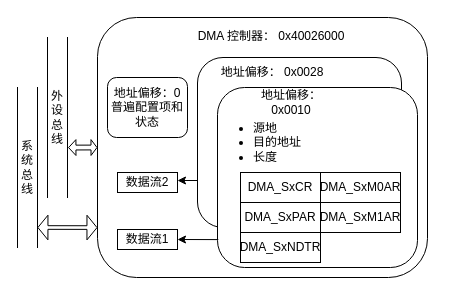
Earlier version of the draw.io diagram page "Page-1" (1 of 2) of DrawIO/BSThesis-DMA.drawio (dingiso/TEST_For_Everything). Source tidied: cells renumbered, new cells numbered last; positions are measured from the earlier drawing's top-left corner, leaving out a move shared by most shapes. Both pictures are drawn from the tidied source at 100%, with x=0, y=0 at pixel (17, 17).
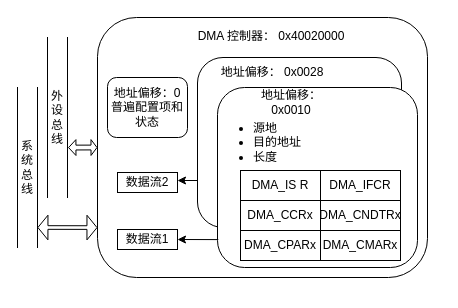
After the change.

The change refers to these unchanged cells:
```xml
<mxCell id="7" style="group;" parent="5" vertex="1">
  <mxGeometry width="160" height="60" as="geometry" />
</mxCell>
```

Diff of the diagram source:
```diff
@@
     <mxCell id="5" style="group;" parent="1" vertex="1">
-      <mxGeometry x="223" y="155" width="160" height="90" as="geometry" />
+      <mxGeometry x="223" y="153" width="200" height="120" as="geometry" />
     </mxCell>
-    <mxCell id="6" value="DMA_SxNDTR" style="rounded=0;whiteSpace=wrap;html=1;" parent="5" vertex="1">
+    <mxCell id="6" value="&lt;div&gt;DMA_CPARx&lt;/div&gt;" style="rounded=0;whiteSpace=wrap;html=1;" parent="5" vertex="1">
       <mxGeometry y="60" width="80" height="30" as="geometry" />
     </mxCell>
@@
-    <mxCell id="8" value="DMA_SxPAR" style="rounded=0;whiteSpace=wrap;html=1;" parent="7" vertex="1">
+    <mxCell id="8" value="DMA_CCRx" style="rounded=0;whiteSpace=wrap;html=1;" parent="7" vertex="1">
       <mxGeometry y="30" width="80" height="30" as="geometry" />
     </mxCell>
-    <mxCell id="9" value="DMA_SxCR" style="rounded=0;whiteSpace=wrap;html=1;" parent="7" vertex="1">
+    <mxCell id="9" value="DMA_IS R" style="rounded=0;whiteSpace=wrap;html=1;" parent="7" vertex="1">
       <mxGeometry width="80" height="30" as="geometry" />
     </mxCell>
-    <mxCell id="10" value="DMA_SxM0AR" style="rounded=0;whiteSpace=wrap;html=1;" parent="7" vertex="1">
+    <mxCell id="10" value="DMA_IFCR" style="rounded=0;whiteSpace=wrap;html=1;" parent="7" vertex="1">
       <mxGeometry x="80" width="80" height="30" as="geometry" />
     </mxCell>
-    <mxCell id="11" value="DMA_SxM1AR" style="rounded=0;whiteSpace=wrap;html=1;" parent="7" vertex="1">
+    <mxCell id="11" value="DMA_CNDTRx" style="rounded=0;whiteSpace=wrap;html=1;" parent="7" vertex="1">
       <mxGeometry x="80" y="30" width="80" height="30" as="geometry" />
     </mxCell>
+    <mxCell id="25" value="&lt;div&gt;DMA_CMARx&lt;/div&gt;" style="rounded=0;whiteSpace=wrap;html=1;" parent="5" vertex="1">
+      <mxGeometry x="80" y="60" width="80" height="30" as="geometry" />
+    </mxCell>
-    <mxCell id="12" value="DMA 控制器： 0x40026000" style="text;html=1;strokeColor=none;fillColor=none;align=center;verticalAlign=middle;whiteSpace=wrap;rounded=0;" parent="1" vertex="1">
+    <mxCell id="12" value="DMA 控制器： 0x40020000" style="text;html=1;strokeColor=none;fillColor=none;align=center;verticalAlign=middle;whiteSpace=wrap;rounded=0;" parent="1" vertex="1">
       <mxGeometry x="164" y="4" width="180" height="30" as="geometry" />
     </mxCell>
```
